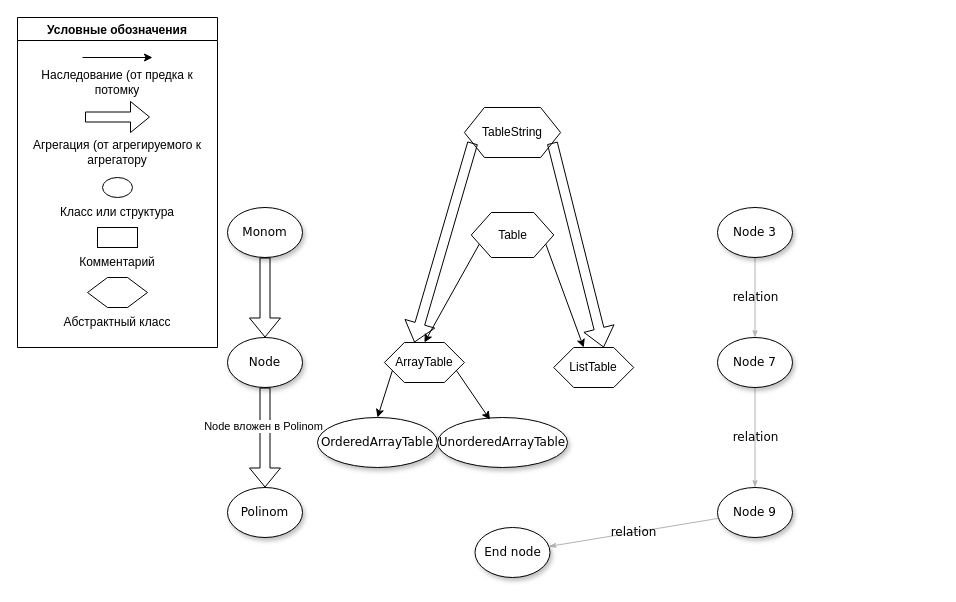
Above: Class_Diagram.drawio in ParkerProbe/mp2-lab6-polynom-algebra (draw.io), before the change. Source tidied: cells renumbered, new cells numbered last; positions are measured from the earlier drawing's top-left corner, leaving out a move shared by most shapes. Both pictures are drawn from the tidied source at 100%, with x=0, y=0 at pixel (17, 17).
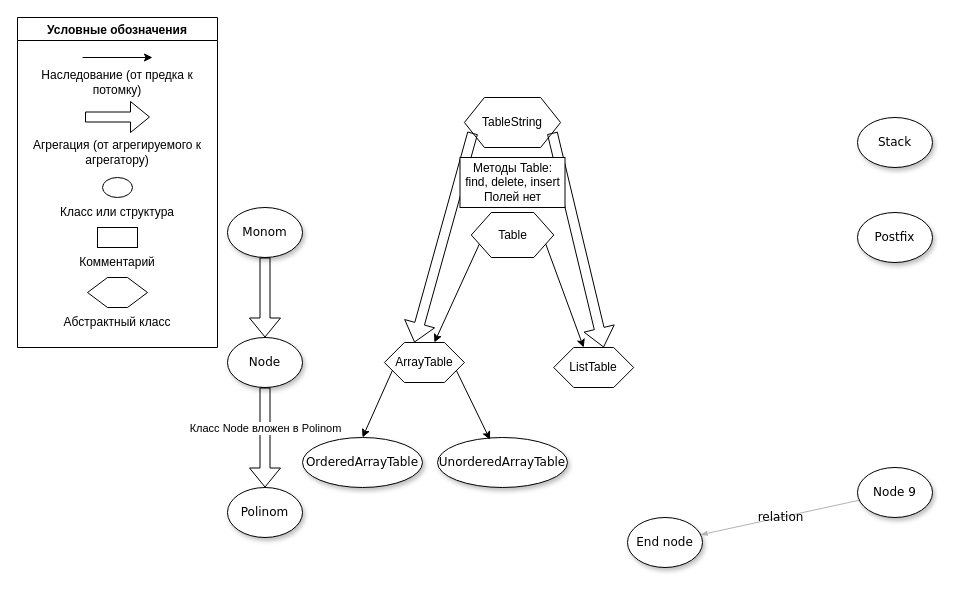
Above is the later version.

Unchanged cells that the change refers to:
```xml
<mxCell id="12" value="Условные обозначения" style="swimlane;" parent="1" vertex="1">
  <mxGeometry width="200" height="330" as="geometry" />
</mxCell>
<mxCell id="24" style="shape=flexArrow;endArrow=classic;html=1;rounded=0;entryX=0.5;entryY=0;entryDx=0;entryDy=0;exitX=0.5;exitY=1;exitDx=0;exitDy=0;" parent="1" edge="1" source="10" target="11">
  <mxGeometry relative="1" as="geometry" />
</mxCell>
<mxCell id="26" value="Table" style="shape=hexagon;perimeter=hexagonPerimeter2;whiteSpace=wrap;html=1;fixedSize=1;" parent="1" vertex="1">
  <mxGeometry x="453.8" y="195" width="82.5" height="45" as="geometry" />
</mxCell>
<mxCell id="28" value="ArrayTable" style="shape=hexagon;perimeter=hexagonPerimeter2;whiteSpace=wrap;html=1;fixedSize=1;" parent="1" vertex="1">
  <mxGeometry x="366.9" y="325" width="80" height="40" as="geometry" />
</mxCell>
```

The edit, as a diff of the source:
```diff
@@
-    <mxCell id="2" value="relation" style="edgeStyle=none;rounded=1;html=1;labelBackgroundColor=none;startArrow=none;startFill=0;startSize=5;endArrow=classicThin;endFill=1;endSize=5;jettySize=auto;strokeColor=#B3B3B3;strokeWidth=1;fontFamily=Verdana;fontSize=12;" parent="1" edge="1" source="3" target="5">
-      <mxGeometry relative="1" as="geometry" />
-    </mxCell>
-    <mxCell id="3" value="&lt;span&gt;Node 3&lt;/span&gt;" style="ellipse;whiteSpace=wrap;html=1;rounded=0;shadow=1;comic=0;labelBackgroundColor=none;strokeWidth=1;fontFamily=Verdana;fontSize=12;align=center;" parent="1" vertex="1">
-      <mxGeometry x="700" y="190" width="75" height="50" as="geometry" />
+    <mxCell id="3" value="Stack" style="ellipse;whiteSpace=wrap;html=1;rounded=0;shadow=1;comic=0;labelBackgroundColor=none;strokeWidth=1;fontFamily=Verdana;fontSize=12;align=center;" parent="1" vertex="1">
+      <mxGeometry x="840" y="100" width="75" height="50" as="geometry" />
     </mxCell>
-    <mxCell id="4" value="relation" style="edgeStyle=none;rounded=1;html=1;labelBackgroundColor=none;startArrow=none;startFill=0;startSize=5;endArrow=classicThin;endFill=1;endSize=5;jettySize=auto;strokeColor=#B3B3B3;strokeWidth=1;fontFamily=Verdana;fontSize=12;" parent="1" edge="1" source="5" target="7">
-      <mxGeometry relative="1" as="geometry" />
-    </mxCell>
-    <mxCell id="5" value="&lt;span&gt;Node 7&lt;/span&gt;" style="ellipse;whiteSpace=wrap;html=1;rounded=0;shadow=1;comic=0;labelBackgroundColor=none;strokeWidth=1;fontFamily=Verdana;fontSize=12;align=center;" parent="1" vertex="1">
-      <mxGeometry x="700" y="320" width="75" height="50" as="geometry" />
+    <mxCell id="5" value="Postfix" style="ellipse;whiteSpace=wrap;html=1;rounded=0;shadow=1;comic=0;labelBackgroundColor=none;strokeWidth=1;fontFamily=Verdana;fontSize=12;align=center;" parent="1" vertex="1">
+      <mxGeometry x="840" y="195" width="75" height="50" as="geometry" />
     </mxCell>
@@
     <mxCell id="7" value="&lt;span&gt;Node 9&lt;/span&gt;" style="ellipse;whiteSpace=wrap;html=1;rounded=0;shadow=1;comic=0;labelBackgroundColor=none;strokeWidth=1;fontFamily=Verdana;fontSize=12;align=center;" parent="1" vertex="1">
-      <mxGeometry x="700" y="470" width="75" height="50" as="geometry" />
+      <mxGeometry x="840" y="450" width="75" height="50" as="geometry" />
     </mxCell>
     <mxCell id="8" value="End node" style="ellipse;whiteSpace=wrap;html=1;rounded=0;shadow=1;comic=0;labelBackgroundColor=none;strokeWidth=1;fontFamily=Verdana;fontSize=12;align=center;" parent="1" vertex="1">
-      <mxGeometry x="457.5" y="510" width="75" height="50" as="geometry" />
+      <mxGeometry x="610" y="500" width="75" height="50" as="geometry" />
     </mxCell>
@@
-    <mxCell id="14" value="Наследование (от предка к потомку" style="text;html=1;strokeColor=none;fillColor=none;align=center;verticalAlign=middle;whiteSpace=wrap;rounded=0;" parent="12" vertex="1">
+    <mxCell id="14" value="Наследование (от предка к потомку)" style="text;html=1;strokeColor=none;fillColor=none;align=center;verticalAlign=middle;whiteSpace=wrap;rounded=0;" parent="12" vertex="1">
       <mxGeometry y="50" width="200" height="30" as="geometry" />
     </mxCell>
@@
-    <mxCell id="16" value="Агрегация (от агрегируемого к агрегатору" style="text;html=1;strokeColor=none;fillColor=none;align=center;verticalAlign=middle;whiteSpace=wrap;rounded=0;" parent="12" vertex="1">
+    <mxCell id="16" value="Агрегация (от агрегируемого к агрегатору)" style="text;html=1;strokeColor=none;fillColor=none;align=center;verticalAlign=middle;whiteSpace=wrap;rounded=0;" parent="12" vertex="1">
       <mxGeometry y="120" width="200" height="30" as="geometry" />
     </mxCell>
@@
-    <mxCell id="25" value="Node вложен в Polinom" style="edgeLabel;html=1;align=center;verticalAlign=middle;" parent="24" vertex="1">
-      <mxGeometry x="-0.25" y="-2" relative="1" as="geometry" />
+    <mxCell id="25" value="Класс Node вложен в Polinom" style="edgeLabel;html=1;align=center;verticalAlign=middle;" parent="24" vertex="1">
+      <mxGeometry x="-0.25" y="-2" relative="1" as="geometry">
+        <mxPoint x="2" y="2" as="offset" />
+      </mxGeometry>
     </mxCell>
@@
     <mxCell id="27" value="TableString" style="shape=hexagon;perimeter=hexagonPerimeter2;whiteSpace=wrap;html=1;fixedSize=1;" parent="1" vertex="1">
-      <mxGeometry x="446.9" y="90" width="96.2" height="50" as="geometry" />
+      <mxGeometry x="446.9" y="80" width="96.2" height="50" as="geometry" />
     </mxCell>
@@
-    <mxCell id="30" style="endArrow=classic;html=1;rounded=0;entryX=0.5;entryY=0;entryDx=0;entryDy=0;exitX=0;exitY=0.75;exitDx=0;exitDy=0;" parent="1" edge="1" source="26" target="28">
+    <mxCell id="30" style="endArrow=classic;html=1;rounded=0;exitX=0;exitY=0.75;exitDx=0;exitDy=0;entryX=0.625;entryY=0;entryDx=0;entryDy=0;" parent="1" edge="1" source="26" target="28">
       <mxGeometry relative="1" as="geometry" />
     </mxCell>
@@
     <mxCell id="32" value="OrderedArrayTable" style="ellipse;whiteSpace=wrap;html=1;rounded=0;shadow=1;comic=0;labelBackgroundColor=none;strokeWidth=1;fontFamily=Verdana;fontSize=12;align=center;" parent="1" vertex="1">
-      <mxGeometry x="300" y="400" width="120" height="50" as="geometry" />
+      <mxGeometry x="285" y="420" width="120" height="50" as="geometry" />
     </mxCell>
     <mxCell id="33" value="UnorderedArrayTable" style="ellipse;whiteSpace=wrap;html=1;rounded=0;shadow=1;comic=0;labelBackgroundColor=none;strokeWidth=1;fontFamily=Verdana;fontSize=12;align=center;" parent="1" vertex="1">
-      <mxGeometry x="420" y="400" width="130" height="50" as="geometry" />
+      <mxGeometry x="420" y="420" width="130" height="50" as="geometry" />
     </mxCell>
@@
+    <mxCell id="38" value="Методы Table:&lt;br&gt;find, delete, insert&lt;br&gt;Полей нет" style="rounded=0;whiteSpace=wrap;html=1;" parent="1" vertex="1">
+      <mxGeometry x="442.5" y="140" width="105" height="50" as="geometry" />
+    </mxCell>
```
